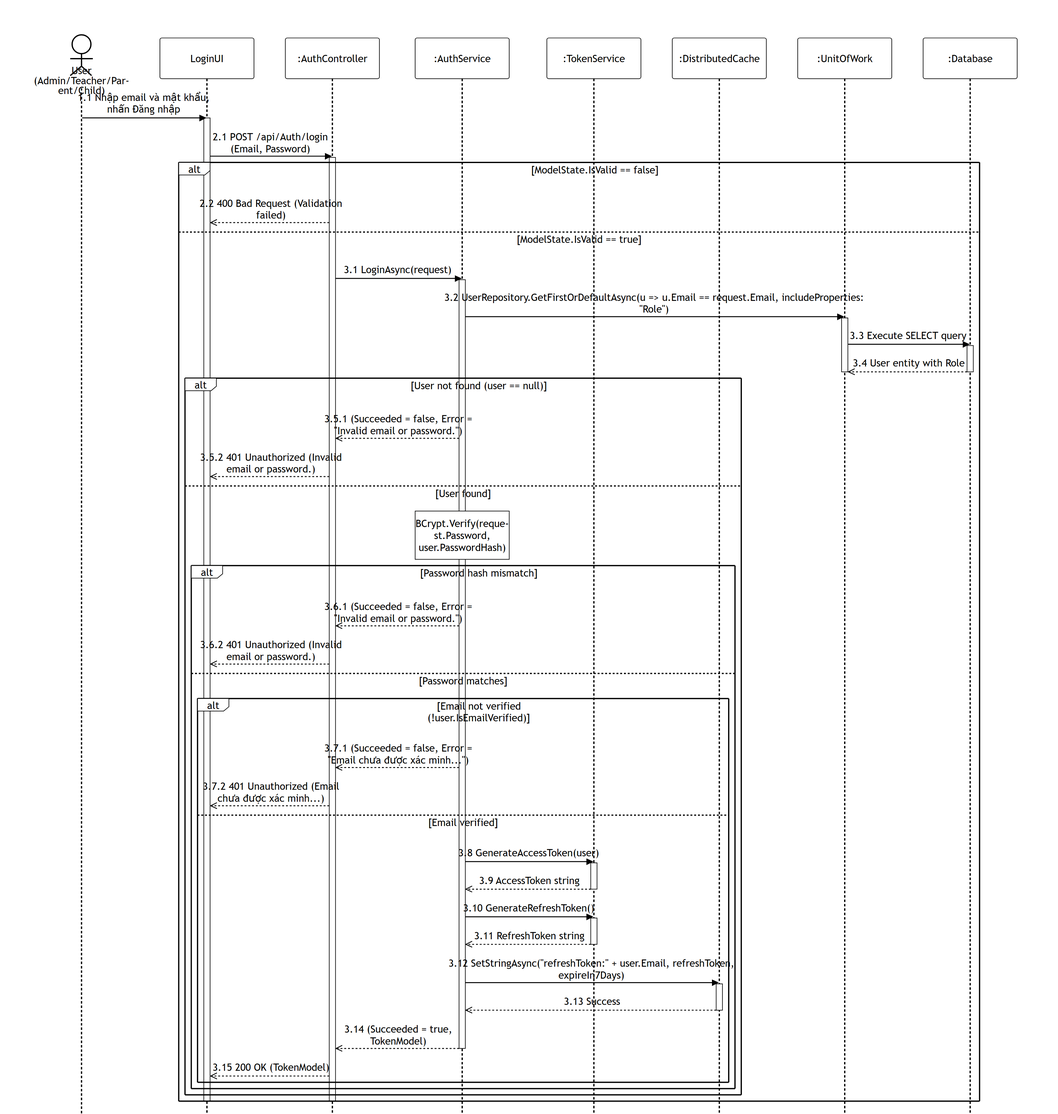
Earlier version of the Mermaid export 01-authentication/images/apis/login.png (PhucAnDev/docx-diagram). Its source is kept beside it as 01-authentication/sequence-diagram/apis/login.mmd.
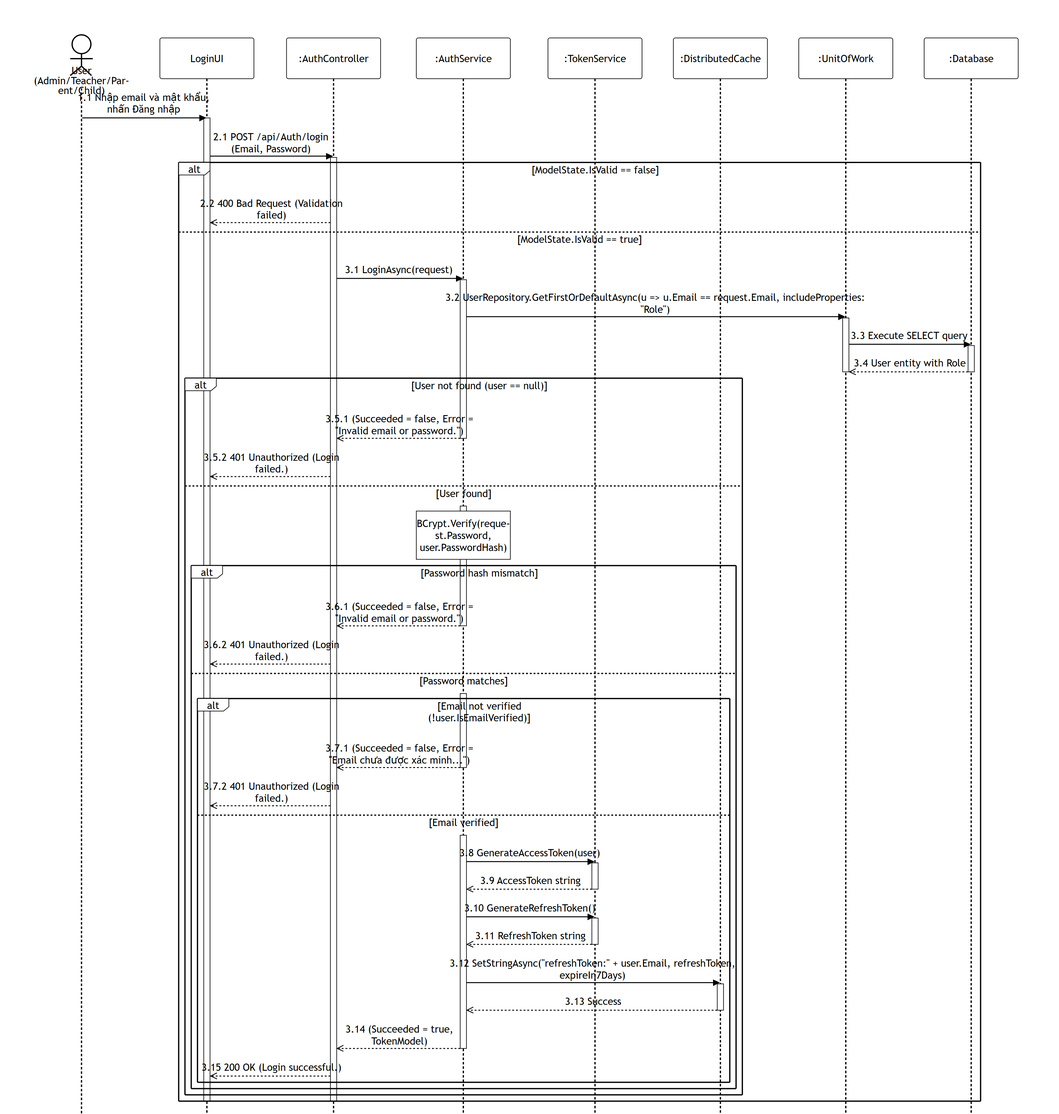
Later version of the same file.

Diff of the diagram source:
```diff
@@ -31,17 +31,23 @@
 
         alt User not found (user == null)
             Service-->>Endpoint: 3.5.1 (Succeeded = false, Error = "Invalid email or password.")
-            Endpoint-->>UI: 3.5.2 401 Unauthorized (Invalid email or password.)
+            deactivate Service
+            Endpoint-->>UI: 3.5.2 401 Unauthorized (Login failed.)
         else User found
+            activate Service
             note over Service: BCrypt.Verify(request.Password, user.PasswordHash)
             alt Password hash mismatch
                 Service-->>Endpoint: 3.6.1 (Succeeded = false, Error = "Invalid email or password.")
-                Endpoint-->>UI: 3.6.2 401 Unauthorized (Invalid email or password.)
+                deactivate Service
+                Endpoint-->>UI: 3.6.2 401 Unauthorized (Login failed.)
             else Password matches
+                activate Service
                 alt Email not verified (!user.IsEmailVerified)
                     Service-->>Endpoint: 3.7.1 (Succeeded = false, Error = "Email chưa được xác minh...")
-                    Endpoint-->>UI: 3.7.2 401 Unauthorized (Email chưa được xác minh...)
+                    deactivate Service
+                    Endpoint-->>UI: 3.7.2 401 Unauthorized (Login failed.)
                 else Email verified
+                    activate Service
                     Service->>TokenService: 3.8 GenerateAccessToken(user)
                     activate TokenService
                     TokenService-->>Service: 3.9 AccessToken string
@@ -59,7 +65,7 @@
 
                     Service-->>Endpoint: 3.14 (Succeeded = true, TokenModel)
                     deactivate Service
-                    Endpoint-->>UI: 3.15 200 OK (TokenModel)
+                    Endpoint-->>UI: 3.15 200 OK (Login successful.)
                 end
             end
         end
```
